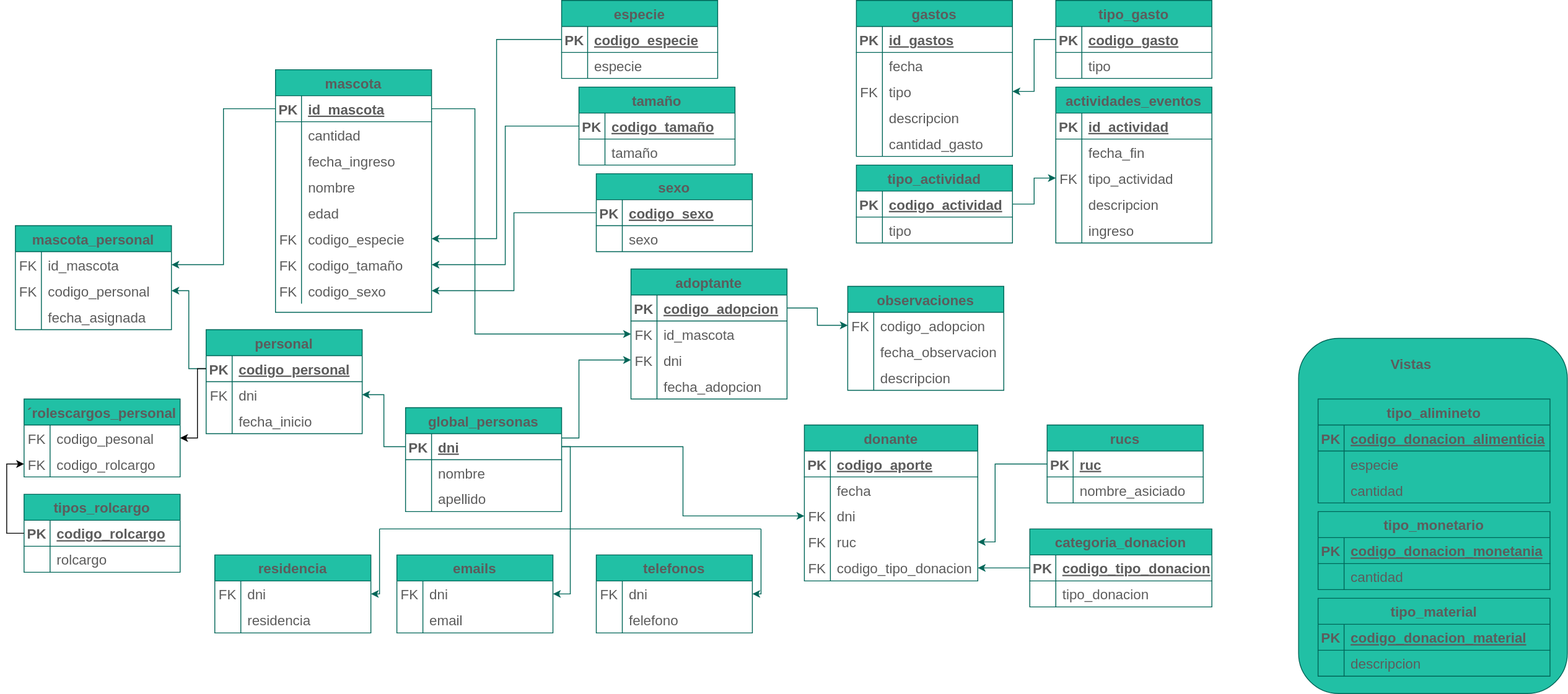
The draw.io diagram diagramas/tablas/Untitled Diagram.drawio.svg in Leo-Spj/SQL-CoderHouse, before a commit. Source tidied: cells renumbered, new cells last; positions are measured from the earlier drawing's top-left corner, leaving out a move shared by most shapes.
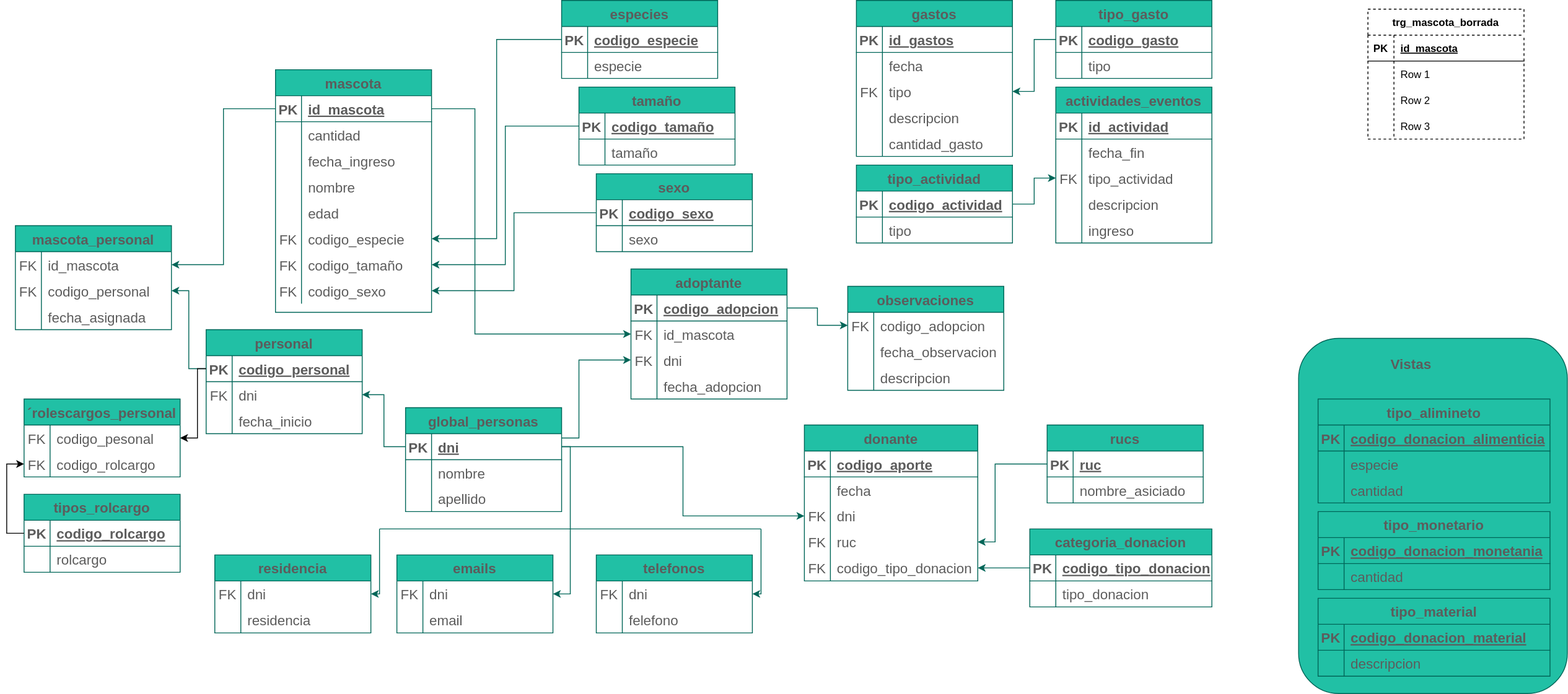
The same diagram one commit later.

The edit, as a diff of the source:
```diff
@@ -77,7 +77,7 @@
     <mxCell id="26" value="codigo_sexo" style="shape=partialRectangle;overflow=hidden;fillColor=none;top=0;left=0;bottom=0;right=0;align=left;spacingLeft=6;fontSize=16;strokeColor=#006658;fontColor=#5C5C5C;" parent="24" vertex="1">
       <mxGeometry x="30" width="150" height="30" as="geometry" />
     </mxCell>
-    <mxCell id="27" value="especie" style="shape=table;startSize=30;rowLines=0;fontStyle=1;align=center;fontSize=16;fillColor=#21C0A5;strokeColor=#006658;fontColor=#5C5C5C;" parent="1" vertex="1">
+    <mxCell id="27" value="especies" style="shape=table;startSize=30;rowLines=0;fontStyle=1;align=center;fontSize=16;fillColor=#21C0A5;strokeColor=#006658;fontColor=#5C5C5C;" parent="1" vertex="1">
       <mxGeometry x="640" width="180" height="90" as="geometry" />
     </mxCell>
     <mxCell id="28" style="shape=tableRow;horizontal=0;startSize=0;swimlaneHead=0;swimlaneBody=0;fillColor=none;points=[[0,0.5],[1,0.5]];portConstraint=eastwest;top=0;left=0;right=0;bottom=1;fontSize=16;strokeColor=#006658;fontColor=#5C5C5C;" parent="27" vertex="1">
@@ -809,5 +809,44 @@
         </Array>
       </mxGeometry>
     </mxCell>
+    <mxCell id="259" value="trg_mascota_borrada" style="shape=table;startSize=30;rowLines=0;fontStyle=1;align=center;dashed=1;" parent="1" vertex="1">
+      <mxGeometry x="1570" y="10" width="180" height="150" as="geometry" />
+    </mxCell>
+    <mxCell id="260" style="shape=tableRow;horizontal=0;startSize=0;swimlaneHead=0;swimlaneBody=0;fillColor=none;top=0;left=0;right=0;bottom=1;" parent="259" vertex="1">
+      <mxGeometry y="30" width="180" height="30" as="geometry" />
+    </mxCell>
+    <mxCell id="261" value="PK" style="shape=partialRectangle;fillColor=none;top=0;left=0;bottom=0;right=0;fontStyle=1;overflow=hidden;" parent="260" vertex="1">
+      <mxGeometry width="30" height="30" as="geometry" />
+    </mxCell>
+    <mxCell id="262" value="id_mascota" style="shape=partialRectangle;fillColor=none;top=0;left=0;bottom=0;right=0;align=left;spacingLeft=6;fontStyle=5;overflow=hidden;" parent="260" vertex="1">
+      <mxGeometry x="30" width="150" height="30" as="geometry" />
+    </mxCell>
+    <mxCell id="263" style="shape=tableRow;horizontal=0;startSize=0;swimlaneHead=0;swimlaneBody=0;fillColor=none;top=0;left=0;right=0;bottom=0;" parent="259" vertex="1">
+      <mxGeometry y="60" width="180" height="30" as="geometry" />
+    </mxCell>
+    <mxCell id="264" style="shape=partialRectangle;fillColor=none;top=0;left=0;bottom=0;right=0;overflow=hidden;" parent="263" vertex="1">
+      <mxGeometry width="30" height="30" as="geometry" />
+    </mxCell>
+    <mxCell id="265" value="Row 1" style="shape=partialRectangle;fillColor=none;top=0;left=0;bottom=0;right=0;align=left;spacingLeft=6;overflow=hidden;" parent="263" vertex="1">
+      <mxGeometry x="30" width="150" height="30" as="geometry" />
+    </mxCell>
+    <mxCell id="266" style="shape=tableRow;horizontal=0;startSize=0;swimlaneHead=0;swimlaneBody=0;fillColor=none;top=0;left=0;right=0;bottom=0;" parent="259" vertex="1">
+      <mxGeometry y="90" width="180" height="30" as="geometry" />
+    </mxCell>
+    <mxCell id="267" style="shape=partialRectangle;fillColor=none;top=0;left=0;bottom=0;right=0;overflow=hidden;" parent="266" vertex="1">
+      <mxGeometry width="30" height="30" as="geometry" />
+    </mxCell>
+    <mxCell id="268" value="Row 2" style="shape=partialRectangle;fillColor=none;top=0;left=0;bottom=0;right=0;align=left;spacingLeft=6;overflow=hidden;" parent="266" vertex="1">
+      <mxGeometry x="30" width="150" height="30" as="geometry" />
+    </mxCell>
+    <mxCell id="269" style="shape=tableRow;horizontal=0;startSize=0;swimlaneHead=0;swimlaneBody=0;fillColor=none;top=0;left=0;right=0;bottom=0;" parent="259" vertex="1">
+      <mxGeometry y="120" width="180" height="30" as="geometry" />
+    </mxCell>
+    <mxCell id="270" style="shape=partialRectangle;fillColor=none;top=0;left=0;bottom=0;right=0;overflow=hidden;" parent="269" vertex="1">
+      <mxGeometry width="30" height="30" as="geometry" />
+    </mxCell>
+    <mxCell id="271" value="Row 3" style="shape=partialRectangle;fillColor=none;top=0;left=0;bottom=0;right=0;align=left;spacingLeft=6;overflow=hidden;" parent="269" vertex="1">
+      <mxGeometry x="30" width="150" height="30" as="geometry" />
+    </mxCell>
   </root>
 </mxGraphModel>
```
